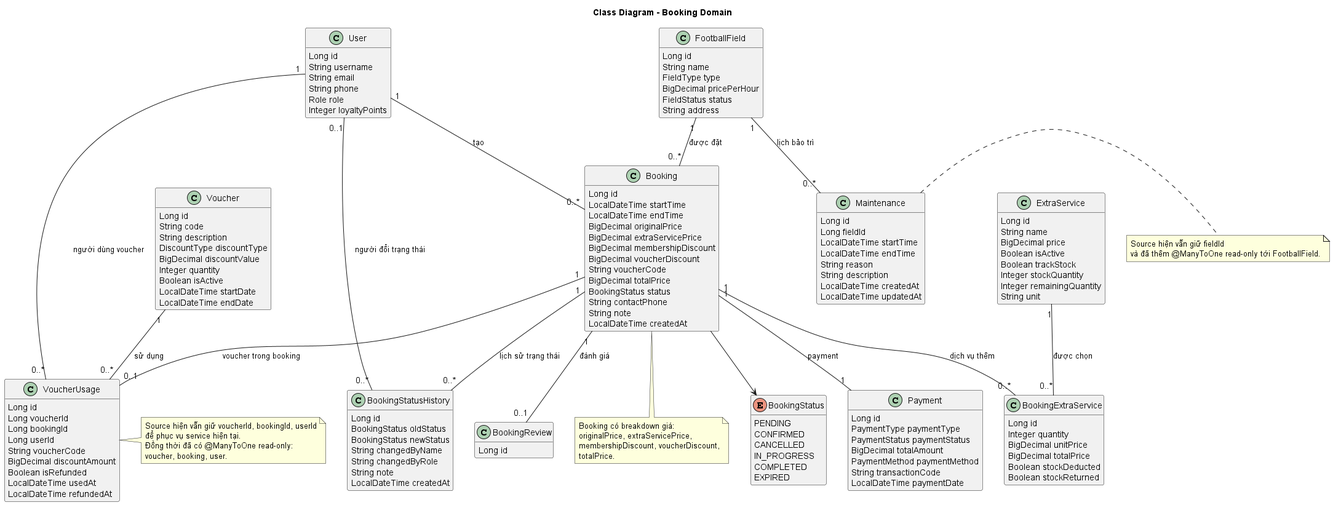
Above: docs/images/03-class-diagram-booking-domain/03-class-diagram-booking-domain.png in KyAnhhh/football-booking-system (PlantUML), before the change. Source of this version:
```plantuml
@startuml
title Class Diagram - Booking Domain

skinparam classAttributeIconSize 0
skinparam shadowing false
hide methods

class User {
  Long id
  String username
  String email
  String phone
  Role role
  Integer loyaltyPoints
}

class FootballField {
  Long id
  String name
  FieldType type
  BigDecimal pricePerHour
  FieldStatus status
  String address
}

class Maintenance {
  Long id
  Long fieldId
  LocalDateTime startTime
  LocalDateTime endTime
  String reason
  String description
  LocalDateTime createdAt
  LocalDateTime updatedAt
}

class Booking {
  Long id
  LocalDateTime startTime
  LocalDateTime endTime
  BigDecimal originalPrice
  BigDecimal extraServicePrice
  BigDecimal membershipDiscount
  BigDecimal voucherDiscount
  String voucherCode
  BigDecimal totalPrice
  BookingStatus status
  String contactPhone
  String note
  LocalDateTime createdAt
}

enum BookingStatus {
  PENDING
  CONFIRMED
  CANCELLED
  IN_PROGRESS
  COMPLETED
  EXPIRED
}

class Payment {
  Long id
  PaymentType paymentType
  PaymentStatus paymentStatus
  BigDecimal totalAmount
  PaymentMethod paymentMethod
  String transactionCode
  LocalDateTime paymentDate
}

class ExtraService {
  Long id
  String name
  BigDecimal price
  Boolean isActive
  Boolean trackStock
  Integer stockQuantity
  Integer remainingQuantity
  String unit
}

class Voucher {
  Long id
  String code
  String description
  DiscountType discountType
  BigDecimal discountValue
  Integer quantity
  Boolean isActive
  LocalDateTime startDate
  LocalDateTime endDate
}

class BookingExtraService {
  Long id
  Integer quantity
  BigDecimal unitPrice
  BigDecimal totalPrice
  Boolean stockDeducted
  Boolean stockReturned
}

class VoucherUsage {
  Long id
  Long voucherId
  Long bookingId
  Long userId
  String voucherCode
  BigDecimal discountAmount
  Boolean isRefunded
  LocalDateTime usedAt
  LocalDateTime refundedAt
}

class BookingReview {
  Long id
}

class BookingStatusHistory {
  Long id
  BookingStatus oldStatus
  BookingStatus newStatus
  String changedByName
  String changedByRole
  String note
  LocalDateTime createdAt
}

User "1" -- "0..*" Booking : tạo
FootballField "1" -- "0..*" Booking : được đặt
FootballField "1" -- "0..*" Maintenance : lịch bảo trì
Booking "1" -- "1" Payment : payment
Booking "1" -- "0..*" BookingExtraService : dịch vụ thêm
ExtraService "1" -- "0..*" BookingExtraService : được chọn
Booking "1" -- "0..1" BookingReview : đánh giá
Booking "1" -- "0..*" BookingStatusHistory : lịch sử trạng thái
User "0..1" -- "0..*" BookingStatusHistory : người đổi trạng thái
Voucher "1" -- "0..*" VoucherUsage : sử dụng
Booking "1" -- "0..1" VoucherUsage : voucher trong booking
User "1" -- "0..*" VoucherUsage : người dùng voucher

Booking --> BookingStatus

note right of VoucherUsage
  Source hiện vẫn giữ voucherId, bookingId, userId
  để phục vụ service hiện tại.
  Đồng thời đã có @ManyToOne read-only:
  voucher, booking, user.
end note

note right of Maintenance
  Source hiện vẫn giữ fieldId
  và đã thêm @ManyToOne read-only tới FootballField.
end note

note bottom of Booking
  Booking có breakdown giá:
  originalPrice, extraServicePrice,
  membershipDiscount, voucherDiscount,
  totalPrice.
end note

@enduml
```
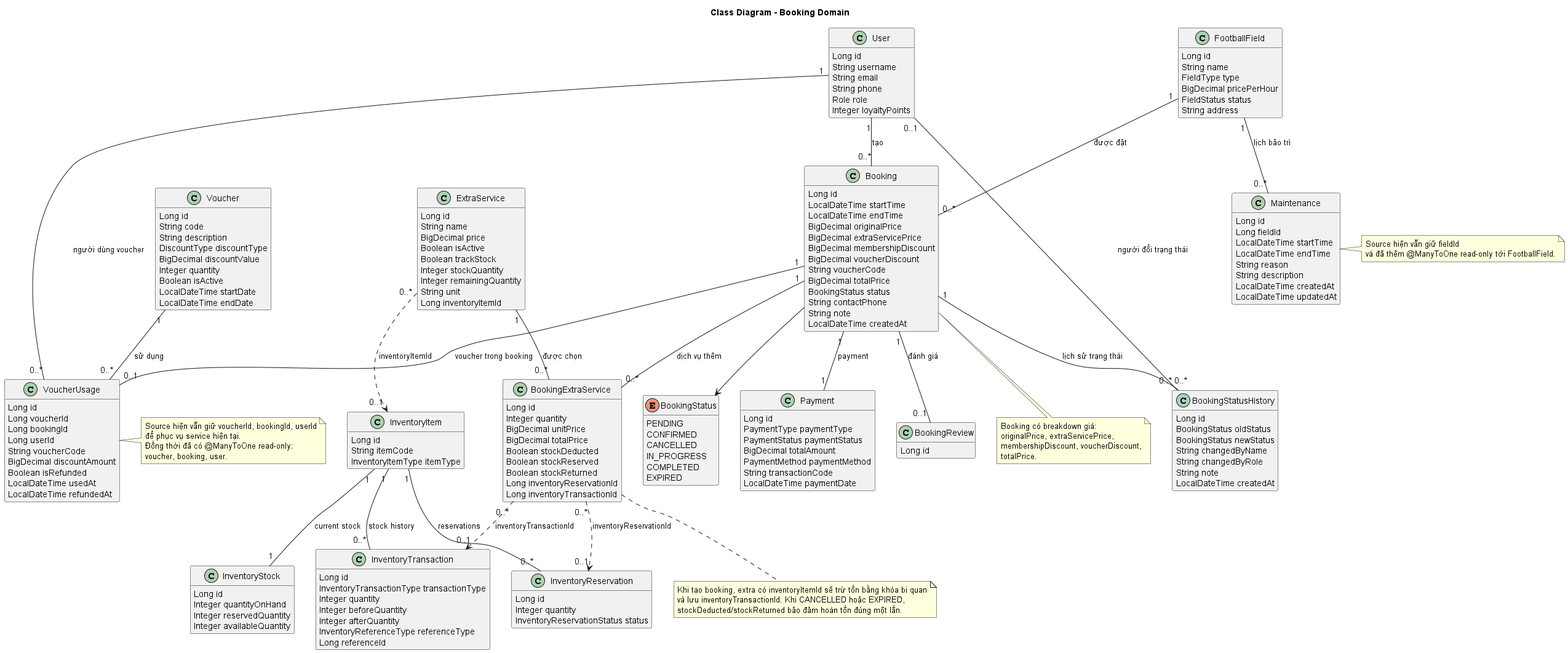
Above is the later version.

Diff of the diagram source:
```diff
@@ -78,6 +78,7 @@
   Integer stockQuantity
   Integer remainingQuantity
   String unit
+  Long inventoryItemId
 }
 
 class Voucher {
@@ -98,7 +99,10 @@
   BigDecimal unitPrice
   BigDecimal totalPrice
   Boolean stockDeducted
+  Boolean stockReserved
   Boolean stockReturned
+  Long inventoryReservationId
+  Long inventoryTransactionId
 }
 
 class VoucherUsage {
@@ -111,6 +115,35 @@
   Boolean isRefunded
   LocalDateTime usedAt
   LocalDateTime refundedAt
+}
+
+class InventoryItem {
+  Long id
+  String itemCode
+  InventoryItemType itemType
+}
+
+class InventoryStock {
+  Long id
+  Integer quantityOnHand
+  Integer reservedQuantity
+  Integer availableQuantity
+}
+
+class InventoryTransaction {
+  Long id
+  InventoryTransactionType transactionType
+  Integer quantity
+  Integer beforeQuantity
+  Integer afterQuantity
+  InventoryReferenceType referenceType
+  Long referenceId
+}
+
+class InventoryReservation {
+  Long id
+  Integer quantity
+  InventoryReservationStatus status
 }
 
 class BookingReview {
@@ -141,6 +174,12 @@
 User "1" -- "0..*" VoucherUsage : người dùng voucher
 
 Booking --> BookingStatus
+ExtraService "0..*" ..> "0..1" InventoryItem : inventoryItemId
+InventoryItem "1" -- "1" InventoryStock : current stock
+InventoryItem "1" -- "0..*" InventoryTransaction : stock history
+BookingExtraService "0..*" ..> "0..1" InventoryTransaction : inventoryTransactionId
+BookingExtraService "0..*" ..> "0..1" InventoryReservation : inventoryReservationId
+InventoryItem "1" -- "0..*" InventoryReservation : reservations
 
 note right of VoucherUsage
   Source hiện vẫn giữ voucherId, bookingId, userId
@@ -161,4 +200,10 @@
   totalPrice.
 end note
 
+note bottom of BookingExtraService
+  Khi tạo booking, extra có inventoryItemId sẽ trừ tồn bằng khóa bi quan
+  và lưu inventoryTransactionId. Khi CANCELLED hoặc EXPIRED,
+  stockDeducted/stockReturned bảo đảm hoàn tồn đúng một lần.
+end note
+
 @enduml
```
